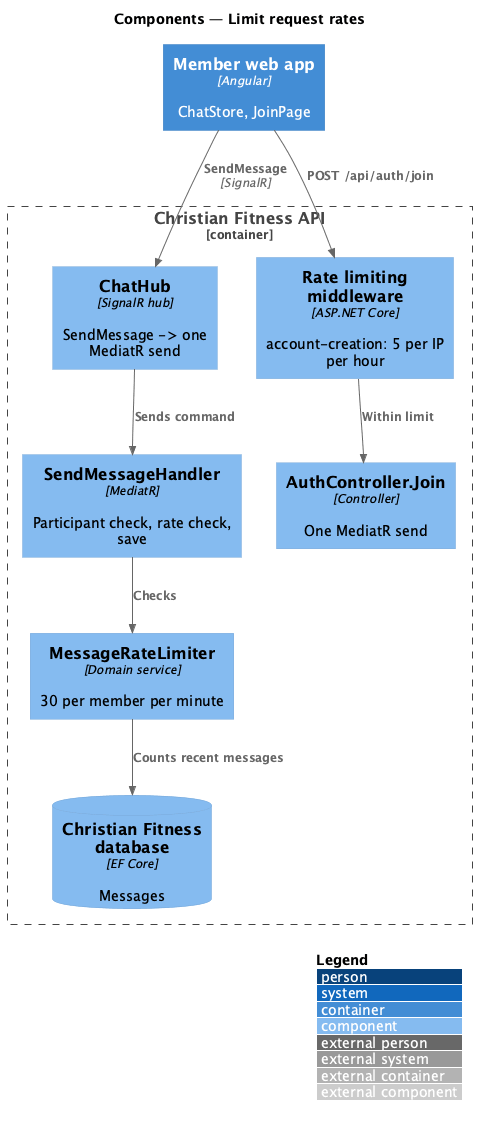
This is docs/detailed-designs/security/limit-request-rates/diagrams/c4-component.png from QuinntyneBrown/christian-fitness, a PlantUML export, as it was before one commit.
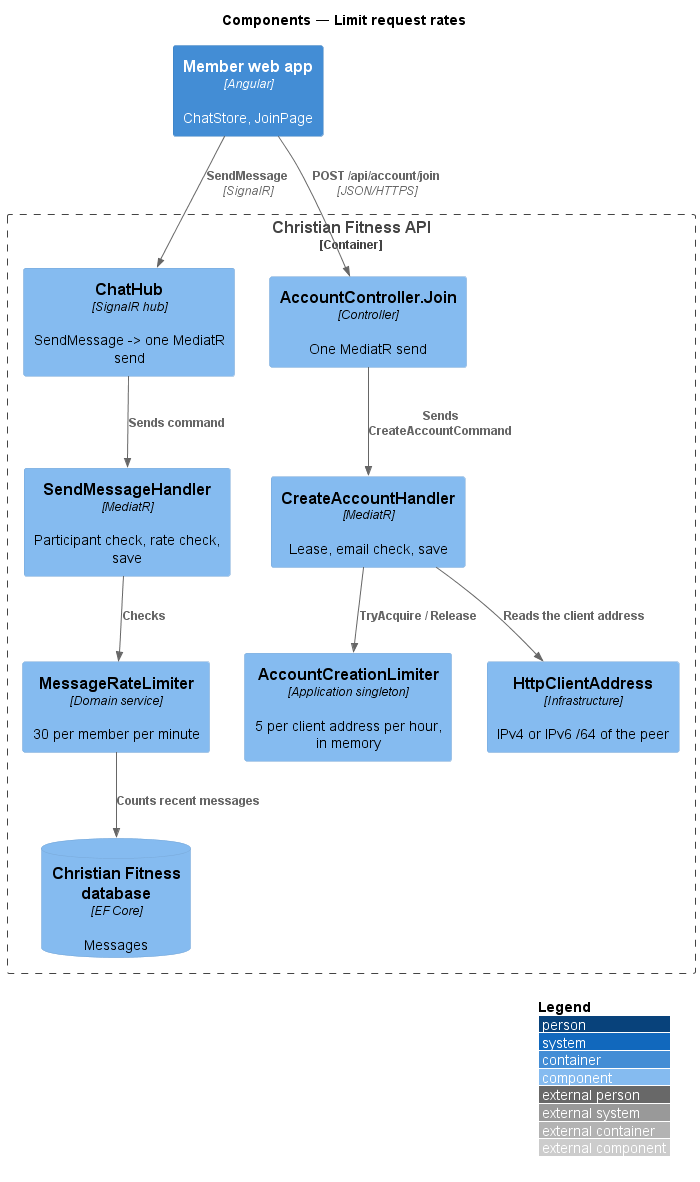
Above is the later version.

The edit, as a diff of the source:
```diff
@@ -8,14 +8,18 @@
   Component(hub, "ChatHub", "SignalR hub", "SendMessage -> one MediatR send")
   Component(h, "SendMessageHandler", "MediatR", "Participant check, rate check, save")
   Component(rl, "MessageRateLimiter", "Domain service", "30 per member per minute")
-  Component(mw, "Rate limiting middleware", "ASP.NET Core", "account-creation: 5 per IP per hour")
-  Component(ctrl, "AuthController.Join", "Controller", "One MediatR send")
+  Component(ctrl, "AccountController.Join", "Controller", "One MediatR send")
+  Component(ch, "CreateAccountHandler", "MediatR", "Lease, email check, save")
+  Component(al, "AccountCreationLimiter", "Application singleton", "5 per client address per hour, in memory")
+  Component(ca, "HttpClientAddress", "Infrastructure", "IPv4 or IPv6 /64 of the peer")
   ComponentDb(db, "Christian Fitness database", "EF Core", "Messages")
 }
 Rel(web, hub, "SendMessage", "SignalR")
 Rel(hub, h, "Sends command")
 Rel(h, rl, "Checks")
 Rel(rl, db, "Counts recent messages")
-Rel(web, mw, "POST /api/auth/join")
-Rel(mw, ctrl, "Within limit")
+Rel(web, ctrl, "POST /api/account/join", "JSON/HTTPS")
+Rel(ctrl, ch, "Sends CreateAccountCommand")
+Rel(ch, ca, "Reads the client address")
+Rel(ch, al, "TryAcquire / Release")
 @enduml
```
